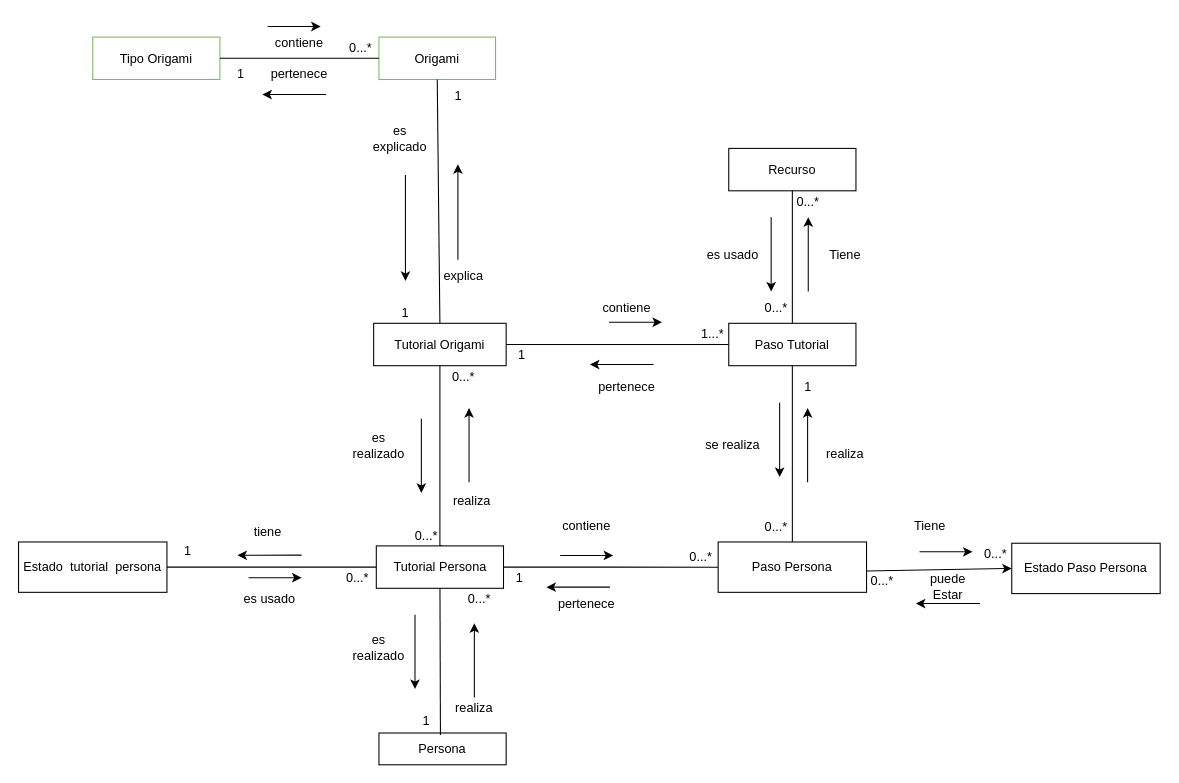
Before: ModeloDeDominio3D.drawio in andrescastillo1996/documentacionMundoOrigami, a draw.io diagram. Source tidied: cells renumbered, new cells numbered last; positions are measured from the earlier drawing's top-left corner, leaving out a move shared by most shapes. Both pictures are drawn from the tidied source at 106%, with x=0, y=0 at pixel (18, 26).
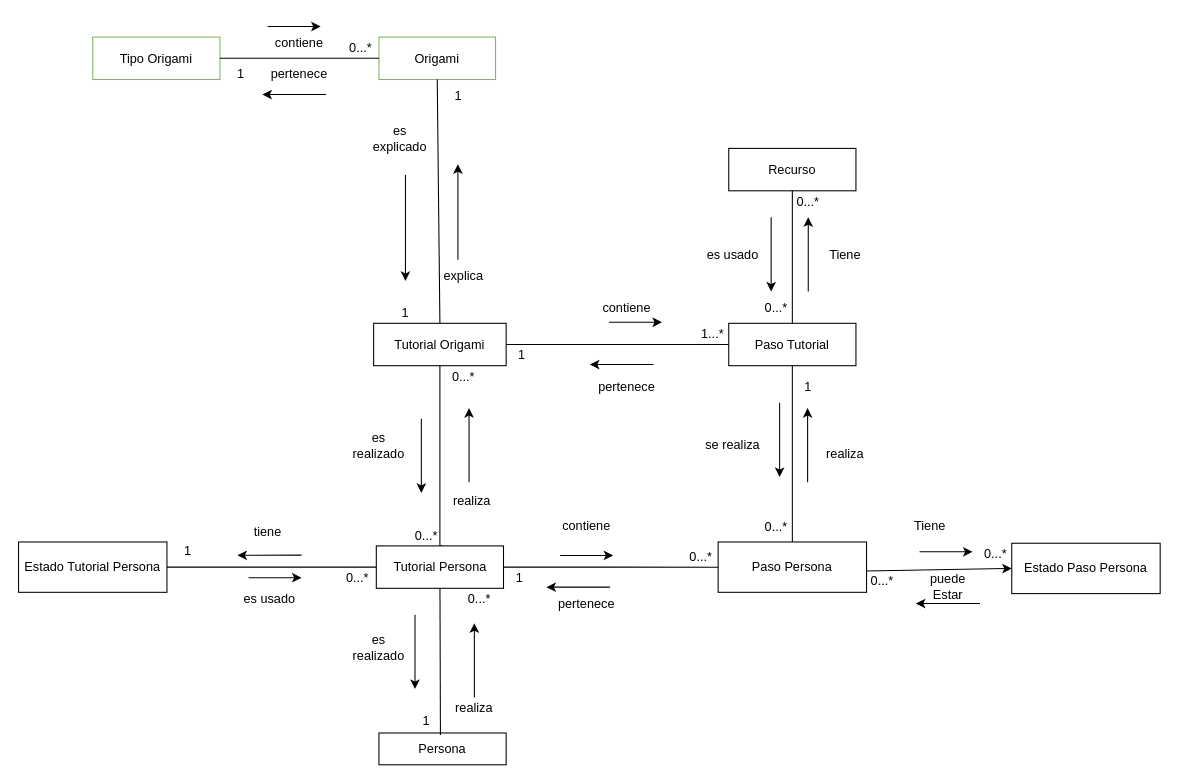
The same page after the edit.

What changed in the source:
```diff
@@
-    <mxCell id="4" value="Estado&amp;nbsp; tutorial&amp;nbsp; persona" style="rounded=0;whiteSpace=wrap;html=1;" parent="1" vertex="1">
+    <mxCell id="4" value="Estado Tutorial Persona" style="rounded=0;whiteSpace=wrap;html=1;" parent="1" vertex="1">
       <mxGeometry y="485.8" width="140" height="47.5" as="geometry" />
     </mxCell>
```
